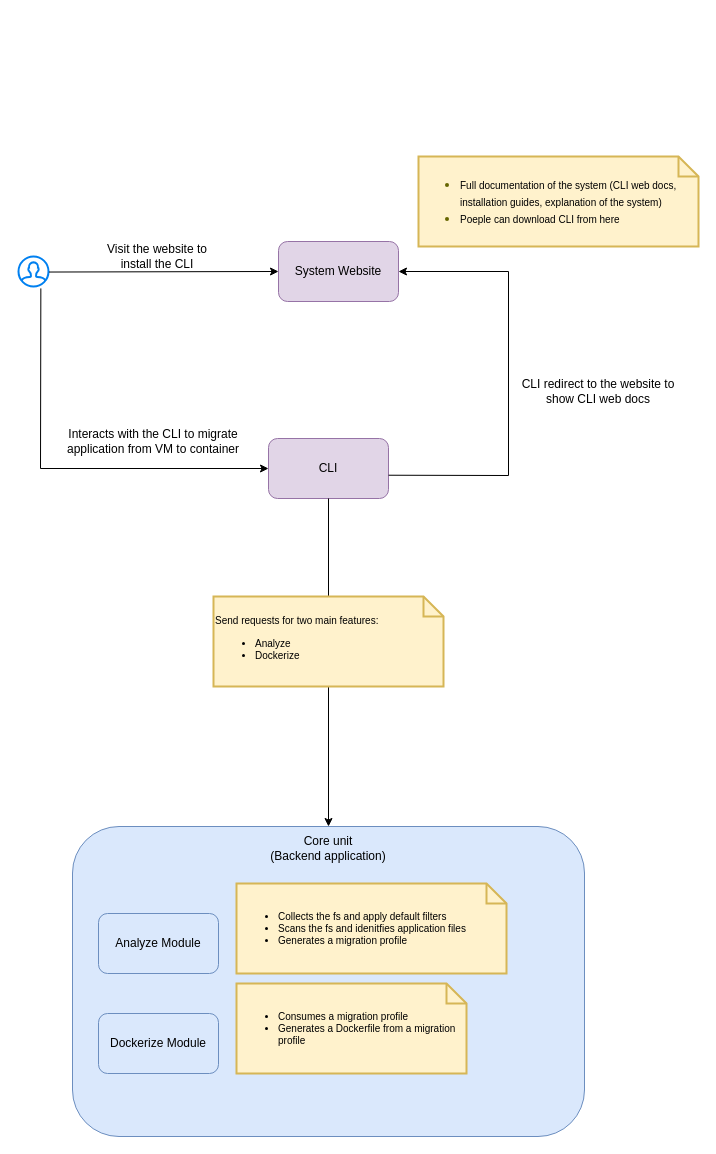
The draw.io diagram page "software-architecture-full-system" (5 of 5) of diagrams/core-unit.drawio in toni123321/vm-to-container-migrator, before the edit. Source tidied: cells renumbered, new cells numbered last; positions are measured from the earlier drawing's top-left corner, leaving out a move shared by most shapes. Both pictures are drawn from the tidied source at 100%, with x=0, y=0 at pixel (18, 156).
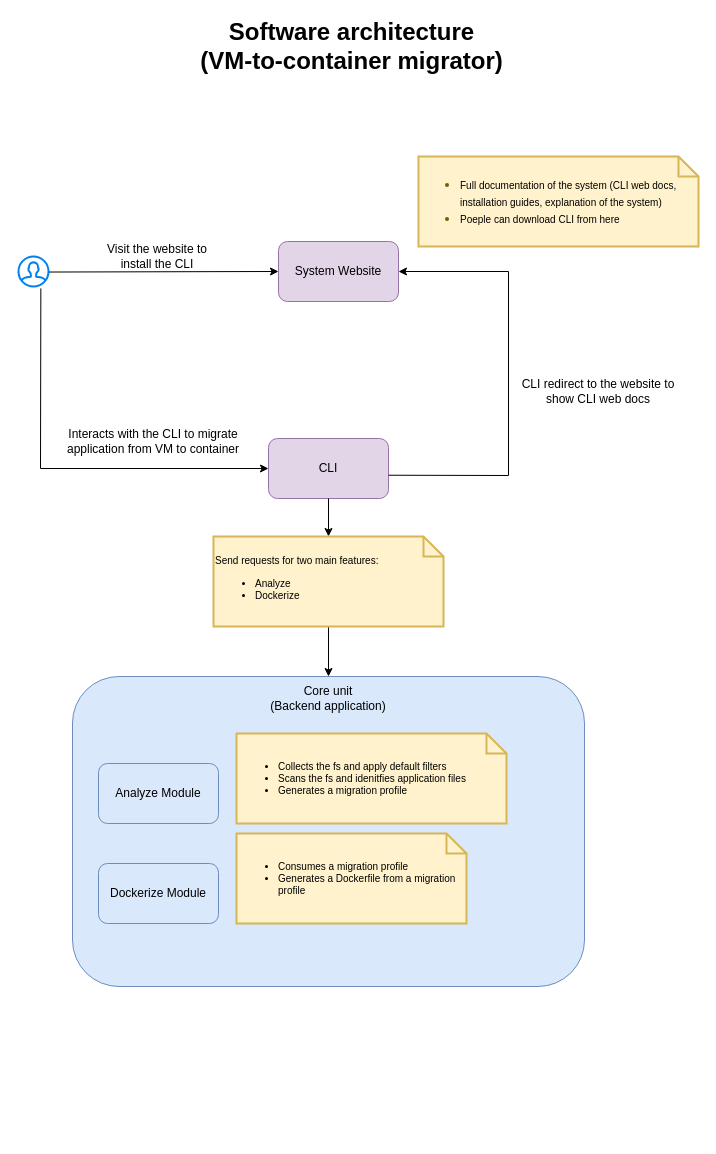
The same diagram, later.

Unchanged cells that the change refers to:
```xml
<mxCell id="2" value="CLI" style="rounded=1;whiteSpace=wrap;html=1;fillColor=#e1d5e7;strokeColor=#9673a6;" parent="1" vertex="1">
  <mxGeometry x="250" y="282" width="120" height="60" as="geometry" />
</mxCell>
```

Change to the diagram source:
```diff
@@
     <mxCell id="4" style="rounded=1;whiteSpace=wrap;html=1;fillColor=#dae8fc;strokeColor=#6c8ebf;" parent="1" vertex="1">
-      <mxGeometry x="54" y="670" width="512" height="310" as="geometry" />
+      <mxGeometry x="54" y="520" width="512" height="310" as="geometry" />
     </mxCell>
     <mxCell id="5" value="Core unit&lt;div&gt;(Backend application)&lt;/div&gt;" style="text;html=1;align=center;verticalAlign=middle;whiteSpace=wrap;rounded=0;" parent="1" vertex="1">
-      <mxGeometry x="245" y="677" width="130" height="30" as="geometry" />
+      <mxGeometry x="245" y="527" width="130" height="30" as="geometry" />
     </mxCell>
     <mxCell id="6" value="Analyze Module" style="rounded=1;whiteSpace=wrap;html=1;fillColor=#dae8fc;strokeColor=#6c8ebf;" parent="1" vertex="1">
-      <mxGeometry x="80" y="757" width="120" height="60" as="geometry" />
+      <mxGeometry x="80" y="607" width="120" height="60" as="geometry" />
     </mxCell>
     <mxCell id="7" value="Dockerize Module" style="rounded=1;whiteSpace=wrap;html=1;fillColor=#dae8fc;strokeColor=#6c8ebf;" parent="1" vertex="1">
-      <mxGeometry x="80" y="857" width="120" height="60" as="geometry" />
+      <mxGeometry x="80" y="707" width="120" height="60" as="geometry" />
     </mxCell>
     <mxCell id="8" value="&lt;div style=&quot;font-size: 10px; line-height: 120%;&quot;&gt;&lt;ul style=&quot;line-height: 120%;&quot;&gt;&lt;li&gt;Collects the fs and apply default filters&lt;/li&gt;&lt;li&gt;Scans the fs and idenitfies application files&lt;/li&gt;&lt;li&gt;Generates a migration profile&lt;/li&gt;&lt;/ul&gt;&lt;/div&gt;" style="shape=note;strokeWidth=2;fontSize=14;size=20;whiteSpace=wrap;html=1;fillColor=#fff2cc;strokeColor=#d6b656;fontColor=#000000;align=left;" parent="1" vertex="1">
-      <mxGeometry x="218" y="727" width="270" height="90" as="geometry" />
+      <mxGeometry x="218" y="577" width="270" height="90" as="geometry" />
     </mxCell>
     <mxCell id="9" value="&lt;div style=&quot;font-size: 10px;&quot;&gt;&lt;ul style=&quot;&quot;&gt;&lt;li&gt;Consumes a migration profile&lt;/li&gt;&lt;li&gt;Generates a Dockerfile from a migration profile&lt;/li&gt;&lt;/ul&gt;&lt;/div&gt;" style="shape=note;strokeWidth=2;fontSize=14;size=20;whiteSpace=wrap;html=1;fillColor=#fff2cc;strokeColor=#d6b656;align=left;" parent="1" vertex="1">
-      <mxGeometry x="218" y="827" width="230" height="90" as="geometry" />
+      <mxGeometry x="218" y="677" width="230" height="90" as="geometry" />
     </mxCell>
-    <mxCell id="10" style="endArrow=classic;html=1;rounded=0;exitX=0.5;exitY=1;exitDx=0;exitDy=0;entryX=0.5;entryY=0;entryDx=0;entryDy=0;" parent="1" edge="1" source="2" target="4">
+    <mxCell id="10" style="endArrow=classic;html=1;rounded=0;exitX=0.5;exitY=1;exitDx=0;exitDy=0;entryX=0.5;entryY=0;entryDx=0;entryDy=0;" parent="1" edge="1" source="11" target="4">
       <mxGeometry relative="1" as="geometry" />
     </mxCell>
-    <mxCell id="11" value="&lt;font style=&quot;font-size: 10px;&quot;&gt;&lt;span style=&quot;color: rgb(0, 0, 0);&quot;&gt;Send requests for two main features:&lt;/span&gt;&lt;br style=&quot;color: rgb(0, 0, 0);&quot;&gt;&lt;/font&gt;&lt;ul style=&quot;color: rgb(0, 0, 0); font-size: 10px;&quot;&gt;&lt;li&gt;Analyze&lt;/li&gt;&lt;li&gt;Dockerize&lt;/li&gt;&lt;/ul&gt;" style="shape=note;strokeWidth=2;fontSize=14;size=20;whiteSpace=wrap;html=1;fillColor=#fff2cc;strokeColor=#d6b656;fontColor=#666600;align=left;" parent="1" vertex="1">
-      <mxGeometry x="195" y="440" width="230" height="90" as="geometry" />
-    </mxCell>
@@
+    <mxCell id="20" style="endArrow=classic;html=1;rounded=0;exitX=0.5;exitY=1;exitDx=0;exitDy=0;entryX=0.5;entryY=0;entryDx=0;entryDy=0;" parent="1" edge="1" source="2" target="11">
+      <mxGeometry relative="1" as="geometry" />
+    </mxCell>
+    <mxCell id="11" value="&lt;font style=&quot;font-size: 10px;&quot;&gt;&lt;span style=&quot;color: rgb(0, 0, 0);&quot;&gt;Send requests for two main features:&lt;/span&gt;&lt;br style=&quot;color: rgb(0, 0, 0);&quot;&gt;&lt;/font&gt;&lt;ul style=&quot;color: rgb(0, 0, 0); font-size: 10px;&quot;&gt;&lt;li&gt;Analyze&lt;/li&gt;&lt;li&gt;Dockerize&lt;/li&gt;&lt;/ul&gt;" style="shape=note;strokeWidth=2;fontSize=14;size=20;whiteSpace=wrap;html=1;fillColor=#fff2cc;strokeColor=#d6b656;fontColor=#666600;align=left;" parent="1" vertex="1">
+      <mxGeometry x="195" y="380" width="230" height="90" as="geometry" />
+    </mxCell>
+    <mxCell id="21" value="Software architecture&lt;div&gt;(VM-to-container migrator)&lt;/div&gt;" style="text;strokeColor=none;fillColor=none;html=1;fontSize=24;fontStyle=1;verticalAlign=middle;align=center;" parent="1" vertex="1">
+      <mxGeometry x="283" y="-130" width="100" height="40" as="geometry" />
+    </mxCell>
```
